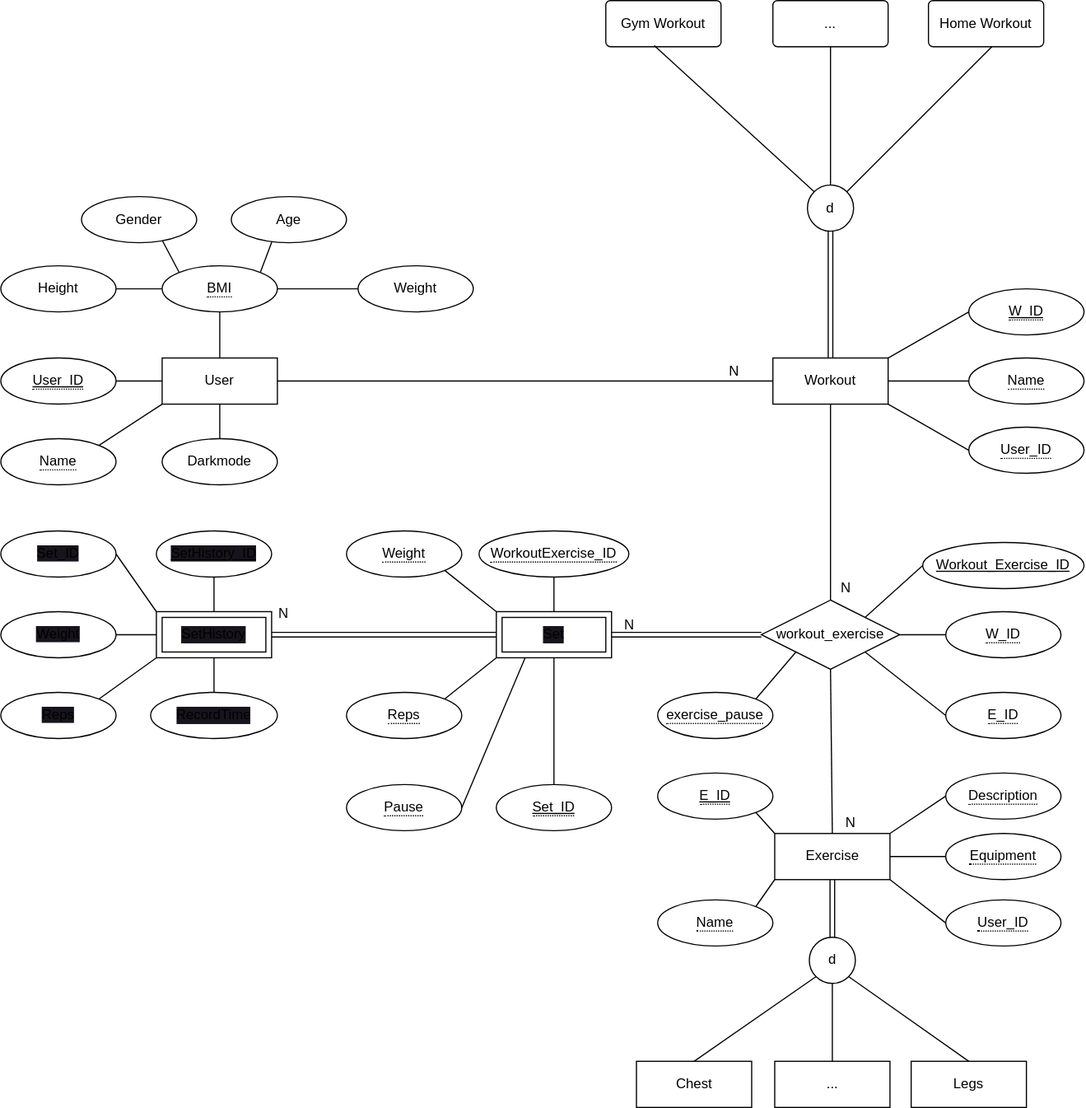
willizielke/FitnessWebAppDocumentation keeps this draw.io diagram as EER-Diagramm.drawio.svg. Above is the earlier version. Source tidied: cells renumbered, new cells last; positions are measured from the earlier drawing's top-left corner, leaving out a move shared by most shapes.
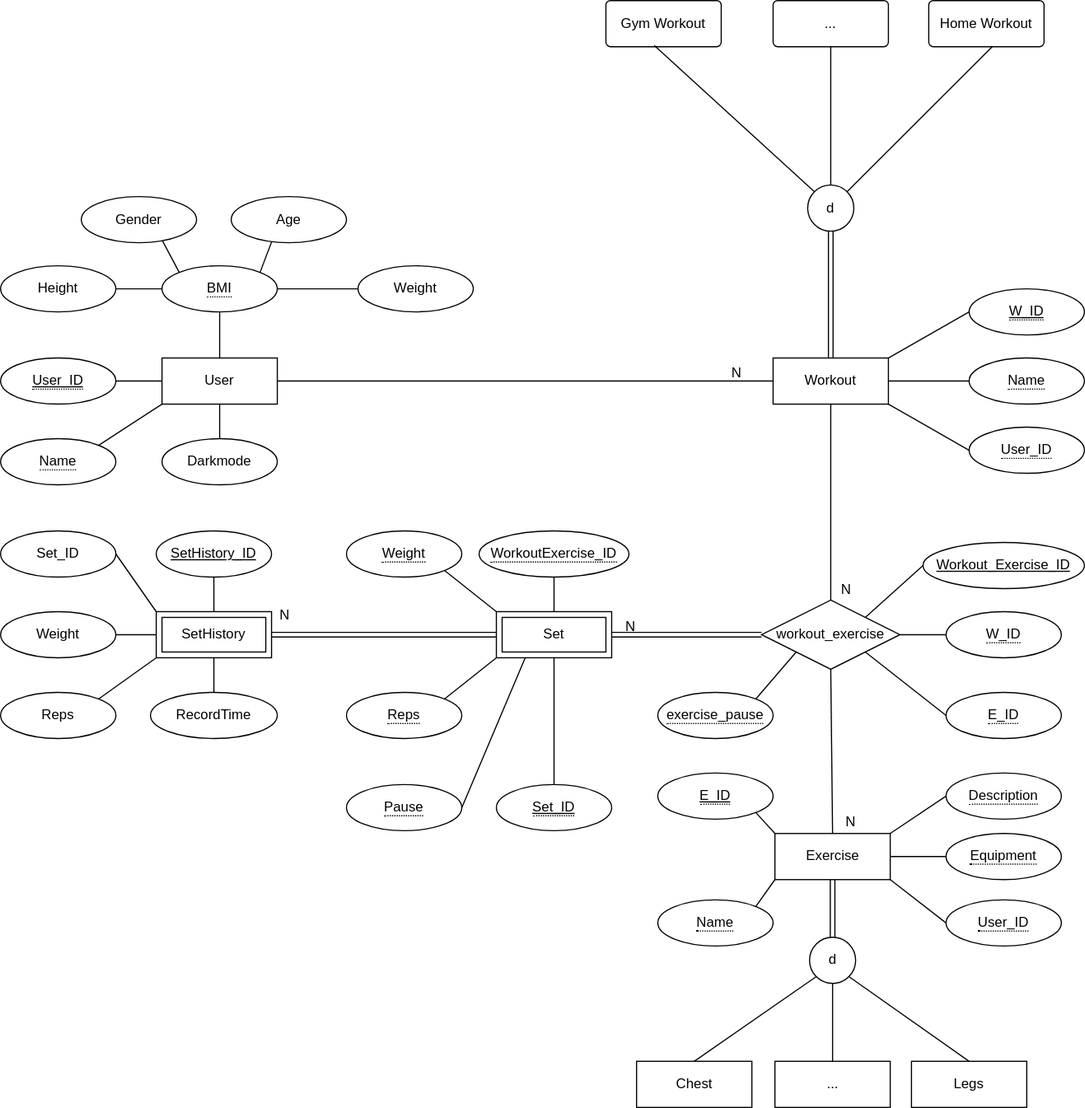
Above is the later version.

The edit, as a diff of the source:
```diff
@@ -71,16 +71,16 @@
     <mxCell id="22" value="Age" style="ellipse;whiteSpace=wrap;html=1;align=center;" parent="1" vertex="1">
       <mxGeometry x="200" y="170" width="100" height="40" as="geometry" />
     </mxCell>
-    <mxCell id="23" value="Set" style="shape=ext;margin=3;double=1;whiteSpace=wrap;html=1;align=center;labelBackgroundColor=#18141D;" parent="1" vertex="1">
+    <mxCell id="23" value="Set" style="shape=ext;margin=3;double=1;whiteSpace=wrap;html=1;align=center;labelBackgroundColor=none;" parent="1" vertex="1">
       <mxGeometry x="430" y="530" width="100" height="40" as="geometry" />
     </mxCell>
     <mxCell id="24" style="endArrow=none;html=1;rounded=0;exitX=0.5;exitY=1;exitDx=0;exitDy=0;entryX=0.5;entryY=0;entryDx=0;entryDy=0;" parent="1" edge="1" source="23" target="71">
       <mxGeometry relative="1" as="geometry" />
     </mxCell>
-    <mxCell id="25" value="SetHistory" style="shape=ext;margin=3;double=1;whiteSpace=wrap;html=1;align=center;labelBackgroundColor=#18141D;" parent="1" vertex="1">
+    <mxCell id="25" value="SetHistory" style="shape=ext;margin=3;double=1;whiteSpace=wrap;html=1;align=center;labelBackgroundColor=none;strokeColor=default;" parent="1" vertex="1">
       <mxGeometry x="135" y="530" width="100" height="40" as="geometry" />
     </mxCell>
-    <mxCell id="26" value="RecordTime" style="ellipse;whiteSpace=wrap;html=1;align=center;labelBackgroundColor=#18141D;" parent="1" vertex="1">
+    <mxCell id="26" value="RecordTime" style="ellipse;whiteSpace=wrap;html=1;align=center;labelBackgroundColor=none;" parent="1" vertex="1">
       <mxGeometry x="130" y="600" width="110" height="40" as="geometry" />
     </mxCell>
     <mxCell id="27" style="endArrow=none;html=1;rounded=0;exitX=0.5;exitY=0;exitDx=0;exitDy=0;entryX=0.5;entryY=1;entryDx=0;entryDy=0;" parent="1" edge="1" source="26" target="25">
@@ -159,25 +159,25 @@
     <mxCell id="50" style="edgeStyle=none;html=1;exitX=0.5;exitY=1;exitDx=0;exitDy=0;entryX=0.5;entryY=0;entryDx=0;entryDy=0;endArrow=none;endFill=0;" parent="1" edge="1" source="51" target="25">
       <mxGeometry relative="1" as="geometry" />
     </mxCell>
-    <mxCell id="51" value="&lt;span style=&quot;background-color: rgb(24, 20, 29);&quot;&gt;&lt;u&gt;SetHistory_ID&lt;/u&gt;&lt;/span&gt;" style="ellipse;whiteSpace=wrap;html=1;align=center;" parent="1" vertex="1">
+    <mxCell id="51" value="&lt;span style=&quot;&quot;&gt;&lt;u&gt;SetHistory_ID&lt;/u&gt;&lt;/span&gt;" style="ellipse;whiteSpace=wrap;html=1;align=center;fontColor=default;labelBackgroundColor=default;" parent="1" vertex="1">
       <mxGeometry x="135" y="460" width="100" height="40" as="geometry" />
     </mxCell>
     <mxCell id="52" style="edgeStyle=none;html=1;exitX=1;exitY=0.5;exitDx=0;exitDy=0;entryX=0;entryY=0;entryDx=0;entryDy=0;endArrow=none;endFill=0;" parent="1" edge="1" source="53" target="25">
       <mxGeometry relative="1" as="geometry" />
     </mxCell>
-    <mxCell id="53" value="&lt;span style=&quot;background-color: rgb(24, 20, 29);&quot;&gt;Set_ID&lt;/span&gt;" style="ellipse;whiteSpace=wrap;html=1;align=center;" parent="1" vertex="1">
+    <mxCell id="53" value="&lt;span style=&quot;&quot;&gt;Set_ID&lt;/span&gt;" style="ellipse;whiteSpace=wrap;html=1;align=center;labelBackgroundColor=default;" parent="1" vertex="1">
       <mxGeometry y="460" width="100" height="40" as="geometry" />
     </mxCell>
     <mxCell id="54" style="edgeStyle=none;html=1;exitX=1;exitY=0.5;exitDx=0;exitDy=0;entryX=0;entryY=0.5;entryDx=0;entryDy=0;endArrow=none;endFill=0;" parent="1" edge="1" source="55" target="25">
       <mxGeometry relative="1" as="geometry" />
     </mxCell>
-    <mxCell id="55" value="&lt;span style=&quot;background-color: rgb(24, 20, 29);&quot;&gt;Weight&lt;/span&gt;" style="ellipse;whiteSpace=wrap;html=1;align=center;" parent="1" vertex="1">
+    <mxCell id="55" value="&lt;span style=&quot;&quot;&gt;Weight&lt;/span&gt;" style="ellipse;whiteSpace=wrap;html=1;align=center;labelBackgroundColor=default;" parent="1" vertex="1">
       <mxGeometry y="530" width="100" height="40" as="geometry" />
     </mxCell>
     <mxCell id="56" style="edgeStyle=none;html=1;exitX=1;exitY=0;exitDx=0;exitDy=0;entryX=0;entryY=1;entryDx=0;entryDy=0;endArrow=none;endFill=0;" parent="1" edge="1" source="57" target="25">
       <mxGeometry relative="1" as="geometry" />
     </mxCell>
-    <mxCell id="57" value="&lt;span style=&quot;background-color: rgb(24, 20, 29);&quot;&gt;Reps&lt;/span&gt;" style="ellipse;whiteSpace=wrap;html=1;align=center;" parent="1" vertex="1">
+    <mxCell id="57" value="&lt;span style=&quot;&quot;&gt;Reps&lt;/span&gt;" style="ellipse;whiteSpace=wrap;html=1;align=center;fontColor=default;labelBackgroundColor=default;" parent="1" vertex="1">
       <mxGeometry y="600" width="100" height="40" as="geometry" />
     </mxCell>
     <mxCell id="58" style="edgeStyle=none;html=1;exitX=1;exitY=0.5;exitDx=0;exitDy=0;entryX=0;entryY=0.5;entryDx=0;entryDy=0;endArrow=none;endFill=0;" parent="1" edge="1" source="61" target="2">
```
